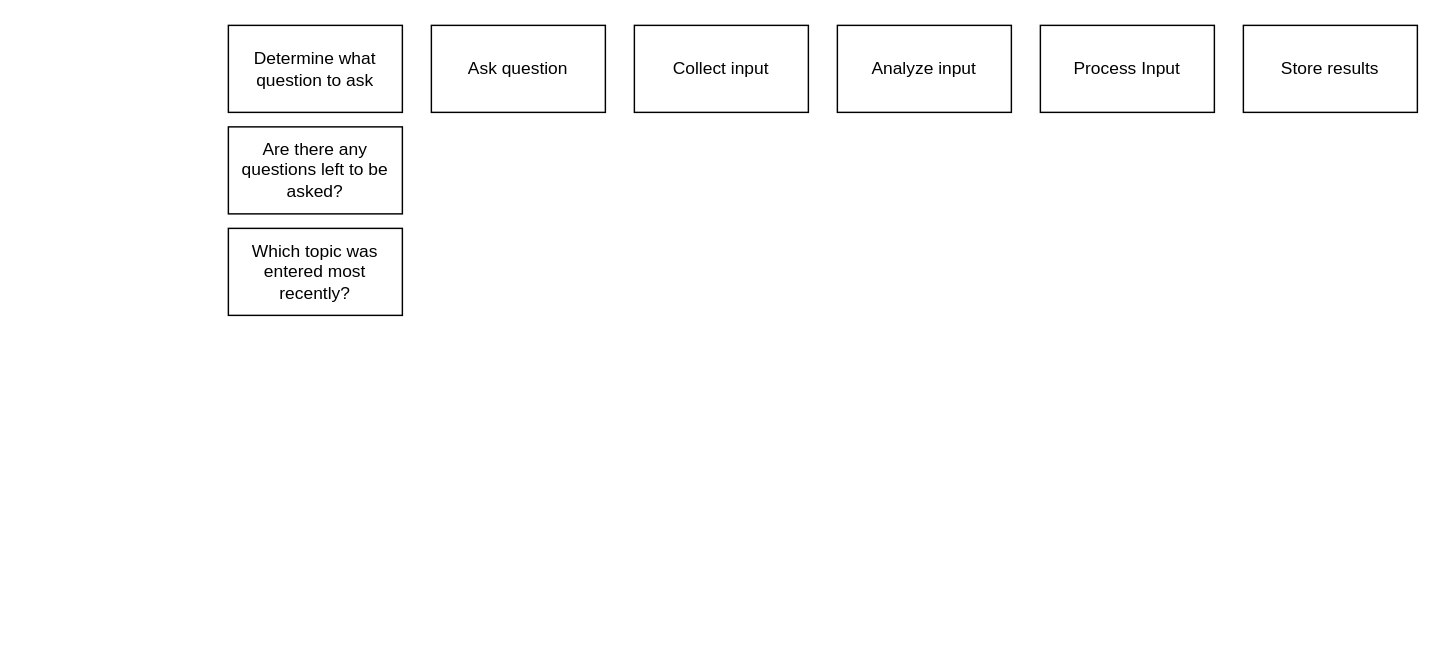
Before: bx.dio in William-Lake/Pectin, a draw.io diagram. Source tidied: cells renumbered, new cells numbered last; positions are measured from the earlier drawing's top-left corner, leaving out a move shared by most shapes. Both pictures are drawn from the tidied source at 145%, with x=0, y=0 at pixel (228, 25).
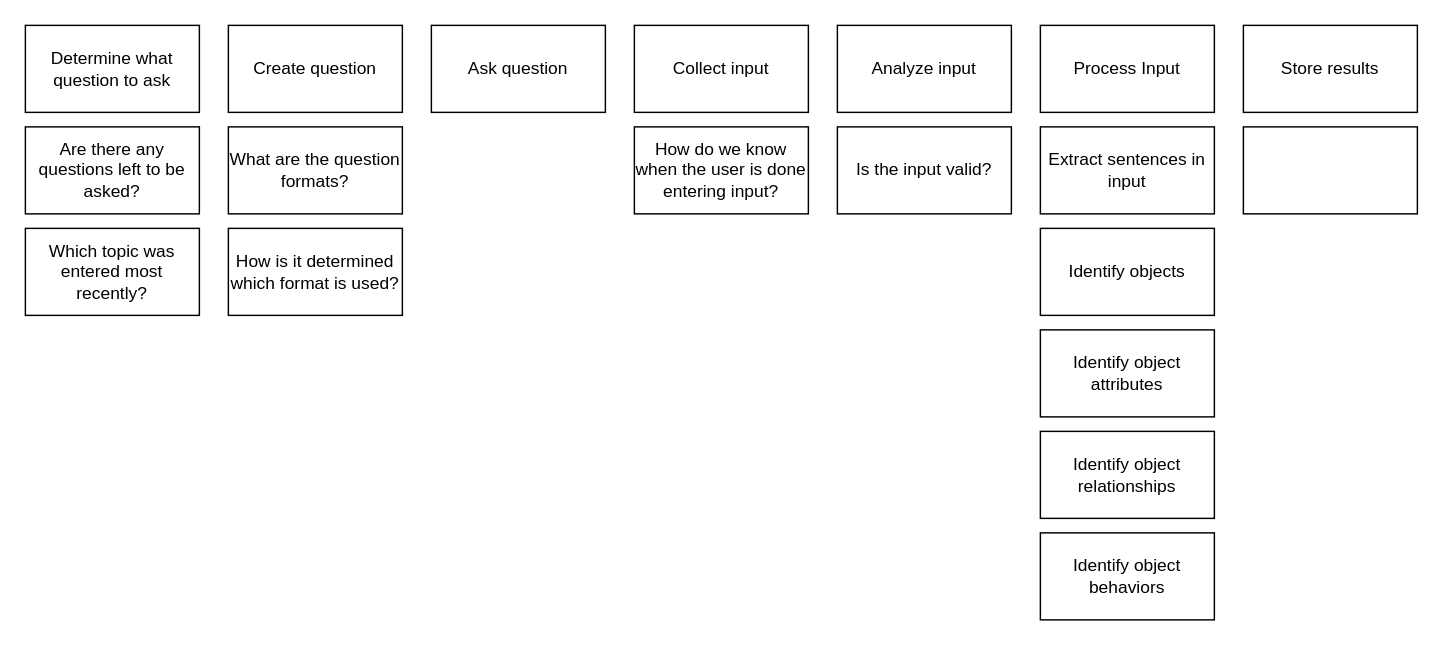
The same diagram, later.

What changed in the source:
```diff
@@
     <mxCell id="2" value="Determine what question to ask" style="rounded=0;whiteSpace=wrap;html=1;" parent="1" vertex="1">
-      <mxGeometry width="120" height="60" as="geometry" />
+      <mxGeometry x="-140" width="120" height="60" as="geometry" />
     </mxCell>
@@
     <mxCell id="8" value="Are there any questions left to be asked?" style="rounded=0;whiteSpace=wrap;html=1;" parent="1" vertex="1">
-      <mxGeometry y="70" width="120" height="60" as="geometry" />
+      <mxGeometry x="-140" y="70" width="120" height="60" as="geometry" />
     </mxCell>
     <mxCell id="9" value="Which topic was entered most recently?" style="rounded=0;whiteSpace=wrap;html=1;" parent="1" vertex="1">
-      <mxGeometry y="140" width="120" height="60" as="geometry" />
+      <mxGeometry x="-140" y="140" width="120" height="60" as="geometry" />
     </mxCell>
+    <mxCell id="10" value="Create question" style="rounded=0;whiteSpace=wrap;html=1;" parent="1" vertex="1">
+      <mxGeometry width="120" height="60" as="geometry" />
+    </mxCell>
+    <mxCell id="11" value="What are the question formats?" style="rounded=0;whiteSpace=wrap;html=1;" parent="1" vertex="1">
+      <mxGeometry y="70" width="120" height="60" as="geometry" />
+    </mxCell>
+    <mxCell id="12" value="How is it determined which format is used?" style="rounded=0;whiteSpace=wrap;html=1;" parent="1" vertex="1">
+      <mxGeometry y="140" width="120" height="60" as="geometry" />
+    </mxCell>
+    <mxCell id="13" value="How do we know when the user is done entering input?" style="rounded=0;whiteSpace=wrap;html=1;" parent="1" vertex="1">
+      <mxGeometry x="280" y="70" width="120" height="60" as="geometry" />
+    </mxCell>
+    <mxCell id="14" value="Is the input valid?" style="rounded=0;whiteSpace=wrap;html=1;" parent="1" vertex="1">
+      <mxGeometry x="420" y="70" width="120" height="60" as="geometry" />
+    </mxCell>
+    <mxCell id="15" value="Extract sentences in input" style="rounded=0;whiteSpace=wrap;html=1;" parent="1" vertex="1">
+      <mxGeometry x="560" y="70" width="120" height="60" as="geometry" />
+    </mxCell>
+    <mxCell id="16" value="Identify objects" style="rounded=0;whiteSpace=wrap;html=1;" parent="1" vertex="1">
+      <mxGeometry x="560" y="140" width="120" height="60" as="geometry" />
+    </mxCell>
+    <mxCell id="17" value="Identify object attributes" style="rounded=0;whiteSpace=wrap;html=1;" parent="1" vertex="1">
+      <mxGeometry x="560" y="210" width="120" height="60" as="geometry" />
+    </mxCell>
+    <mxCell id="18" value="Identify object relationships" style="rounded=0;whiteSpace=wrap;html=1;" parent="1" vertex="1">
+      <mxGeometry x="560" y="280" width="120" height="60" as="geometry" />
+    </mxCell>
+    <mxCell id="19" value="Identify object behaviors" style="rounded=0;whiteSpace=wrap;html=1;" parent="1" vertex="1">
+      <mxGeometry x="560" y="350" width="120" height="60" as="geometry" />
+    </mxCell>
+    <mxCell id="20" style="rounded=0;whiteSpace=wrap;html=1;" parent="1" vertex="1">
+      <mxGeometry x="700" y="70" width="120" height="60" as="geometry" />
+    </mxCell>
```
